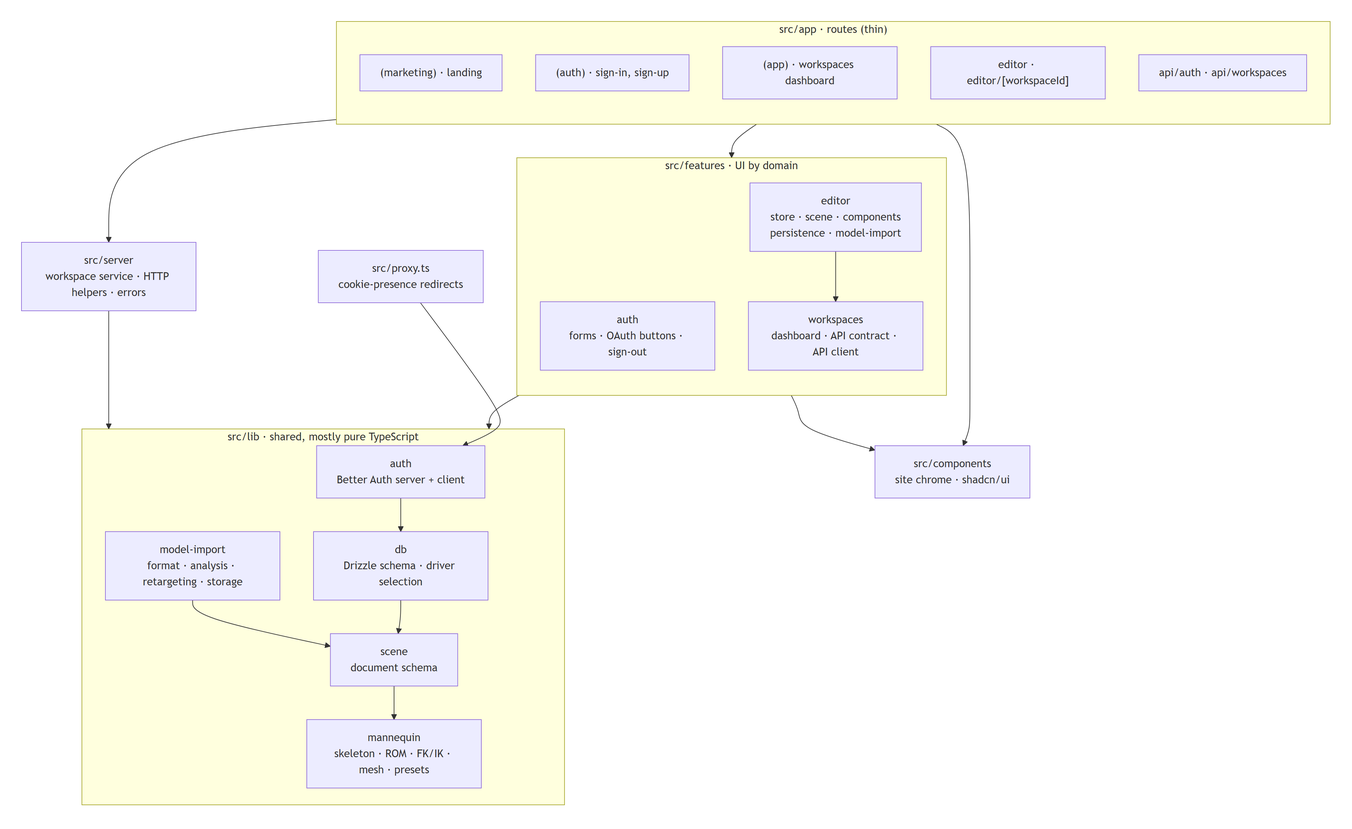
Earlier version of the Mermaid export docs/diagrams/02-module-dependencies.png (QuocThai-254/artikin). Its source is kept beside it as docs/diagrams/02-module-dependencies.mmd.
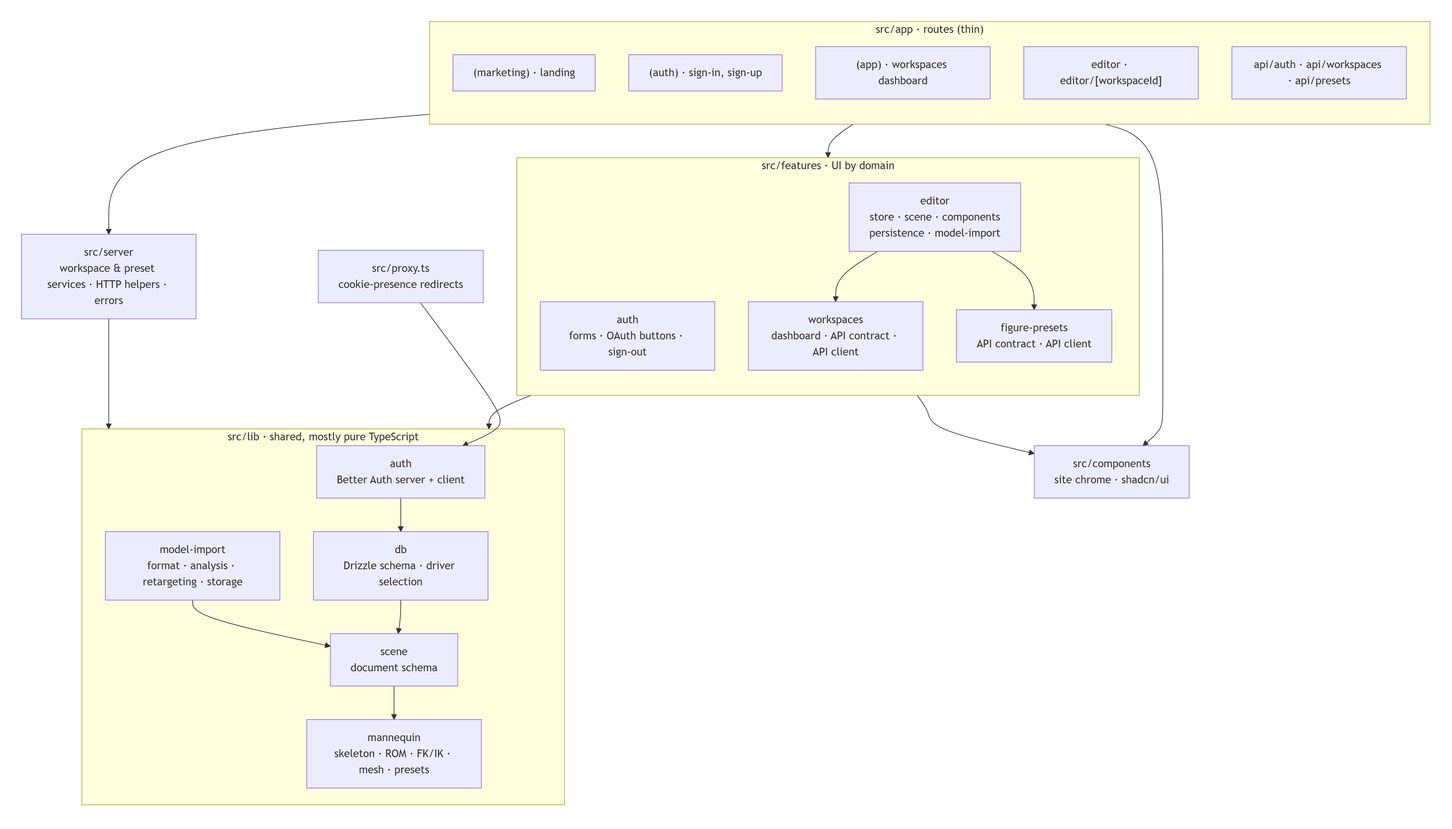
The same diagram one commit later.

Change to the diagram source:
```diff
@@ -6,16 +6,17 @@
     rAuth["(auth) · sign-in, sign-up"]
     rDash["(app) · workspaces dashboard"]
     rEd["editor · editor/[workspaceId]"]
-    rApi["api/auth · api/workspaces"]
+    rApi["api/auth · api/workspaces · api/presets"]
   end
   subgraph features["src/features · UI by domain"]
     direction TB
     fAuth["auth<br/>forms · OAuth buttons · sign-out"]
     fEd["editor<br/>store · scene · components<br/>persistence · model-import"]
     fWs["workspaces<br/>dashboard · API contract · API client"]
+    fPre["figure-presets<br/>API contract · API client"]
   end
   comps["src/components<br/>site chrome · shadcn/ui"]
-  server["src/server<br/>workspace service · HTTP helpers · errors"]
+  server["src/server<br/>workspace & preset services · HTTP helpers · errors"]
   subgraph lib["src/lib · shared, mostly pure TypeScript"]
     direction TB
     lAuth["auth<br/>Better Auth server + client"]
@@ -31,6 +32,7 @@
   features --> comps
   features --> lib
   fEd --> fWs
+  fEd --> fPre
   server --> lib
   proxy --> lAuth
   lAuth --> lDb
```
